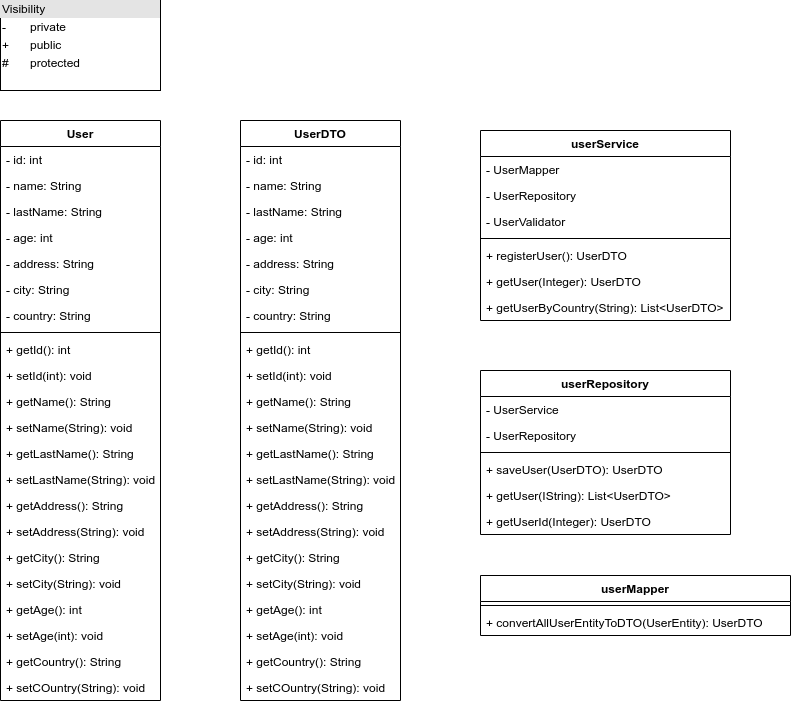
Earlier version of the draw.io export uml.png (BardisRenos/AtosTest). Source tidied: cells renumbered, new cells last; positions are measured from the earlier drawing's top-left corner, leaving out a move shared by most shapes.
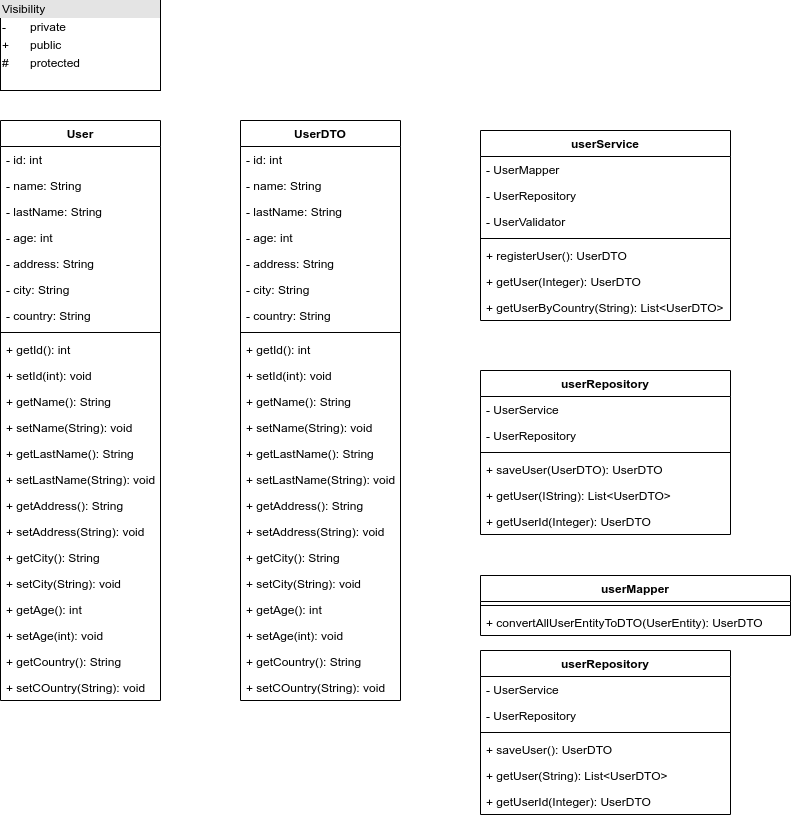
The same file after the commit.

What changed in the source:
```diff
@@ -197,5 +197,26 @@
     <mxCell id="66" value="+ convertAllUserEntityToDTO(UserEntity): UserDTO" style="text;strokeColor=none;fillColor=none;align=left;verticalAlign=top;spacingLeft=4;spacingRight=4;overflow=hidden;" parent="64" vertex="1">
       <mxGeometry y="34" width="310" height="26" as="geometry" />
     </mxCell>
+    <mxCell id="67" value="userRepository" style="swimlane;fontStyle=1;align=center;verticalAlign=top;horizontal=1;startSize=26;" parent="1" vertex="1">
+      <mxGeometry x="480" y="650" width="250" height="164" as="geometry" />
+    </mxCell>
+    <mxCell id="68" value="- UserService&#10;&#10;" style="text;strokeColor=none;fillColor=none;align=left;verticalAlign=top;spacingLeft=4;spacingRight=4;overflow=hidden;" parent="67" vertex="1">
+      <mxGeometry y="26" width="250" height="26" as="geometry" />
+    </mxCell>
+    <mxCell id="69" value="- UserRepository&#10;&#10;&#10;&#10;&#10;" style="text;strokeColor=none;fillColor=none;align=left;verticalAlign=top;spacingLeft=4;spacingRight=4;overflow=hidden;" parent="67" vertex="1">
+      <mxGeometry y="52" width="250" height="26" as="geometry" />
+    </mxCell>
+    <mxCell id="70" style="line;strokeWidth=1;fillColor=none;align=left;verticalAlign=middle;spacingTop=-1;spacingLeft=3;spacingRight=3;labelPosition=right;" parent="67" vertex="1">
+      <mxGeometry y="78" width="250" height="8" as="geometry" />
+    </mxCell>
+    <mxCell id="71" value="+ saveUser(): UserDTO" style="text;strokeColor=none;fillColor=none;align=left;verticalAlign=top;spacingLeft=4;spacingRight=4;overflow=hidden;" parent="67" vertex="1">
+      <mxGeometry y="86" width="250" height="26" as="geometry" />
+    </mxCell>
+    <mxCell id="72" value="+ getUser(String): List&lt;UserDTO&gt;" style="text;strokeColor=none;fillColor=none;align=left;verticalAlign=top;spacingLeft=4;spacingRight=4;overflow=hidden;" parent="67" vertex="1">
+      <mxGeometry y="112" width="250" height="26" as="geometry" />
+    </mxCell>
+    <mxCell id="73" value="+ getUserId(Integer): UserDTO" style="text;strokeColor=none;fillColor=none;align=left;verticalAlign=top;spacingLeft=4;spacingRight=4;overflow=hidden;" parent="67" vertex="1">
+      <mxGeometry y="138" width="250" height="26" as="geometry" />
+    </mxCell>
   </root>
 </mxGraphModel>
```
